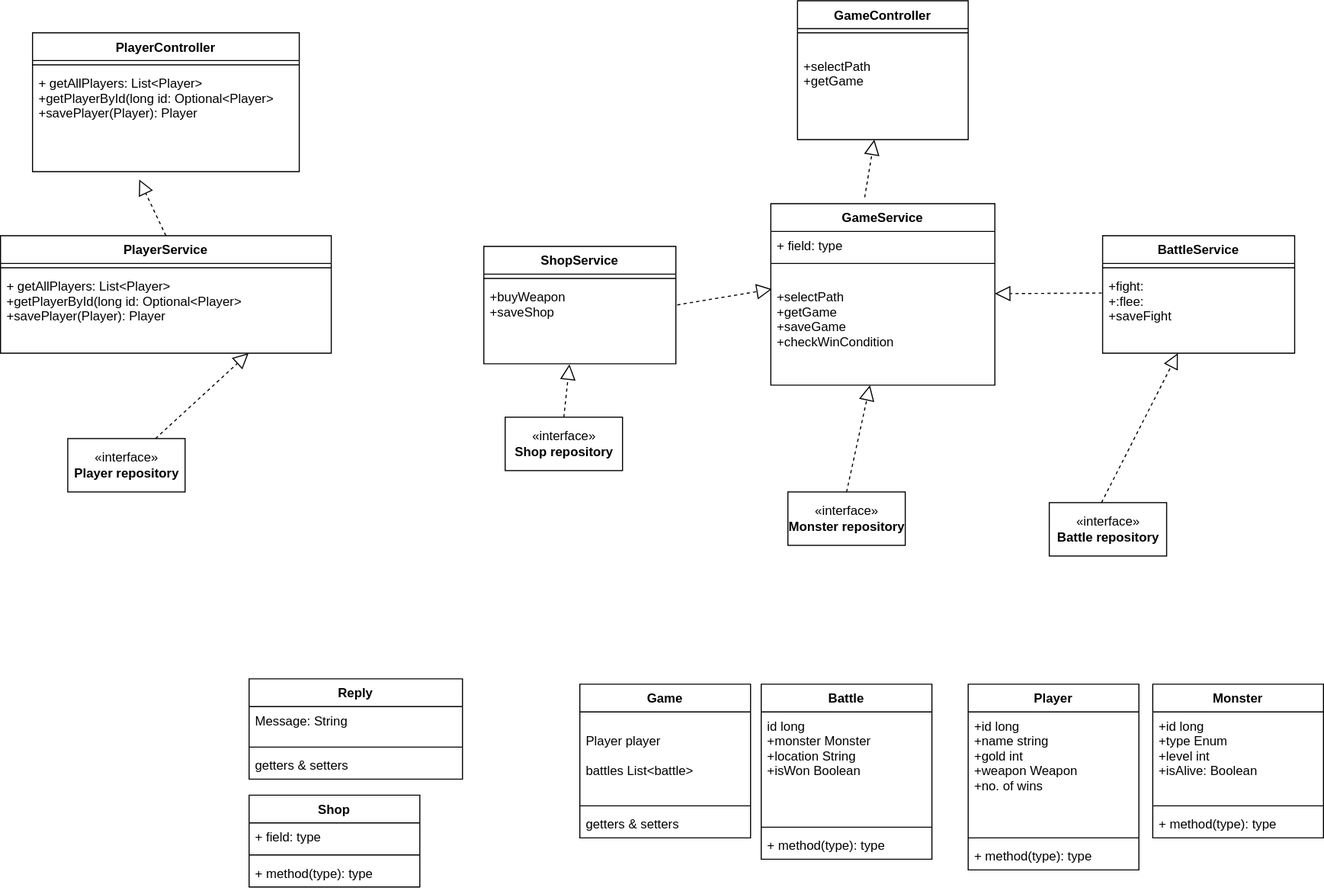
This is team7_uml.svg from RawMal/backend_project, a draw.io export, as it was before one commit. Source tidied: cells renumbered, new cells last; positions are measured from the earlier drawing's top-left corner, leaving out a move shared by most shapes.
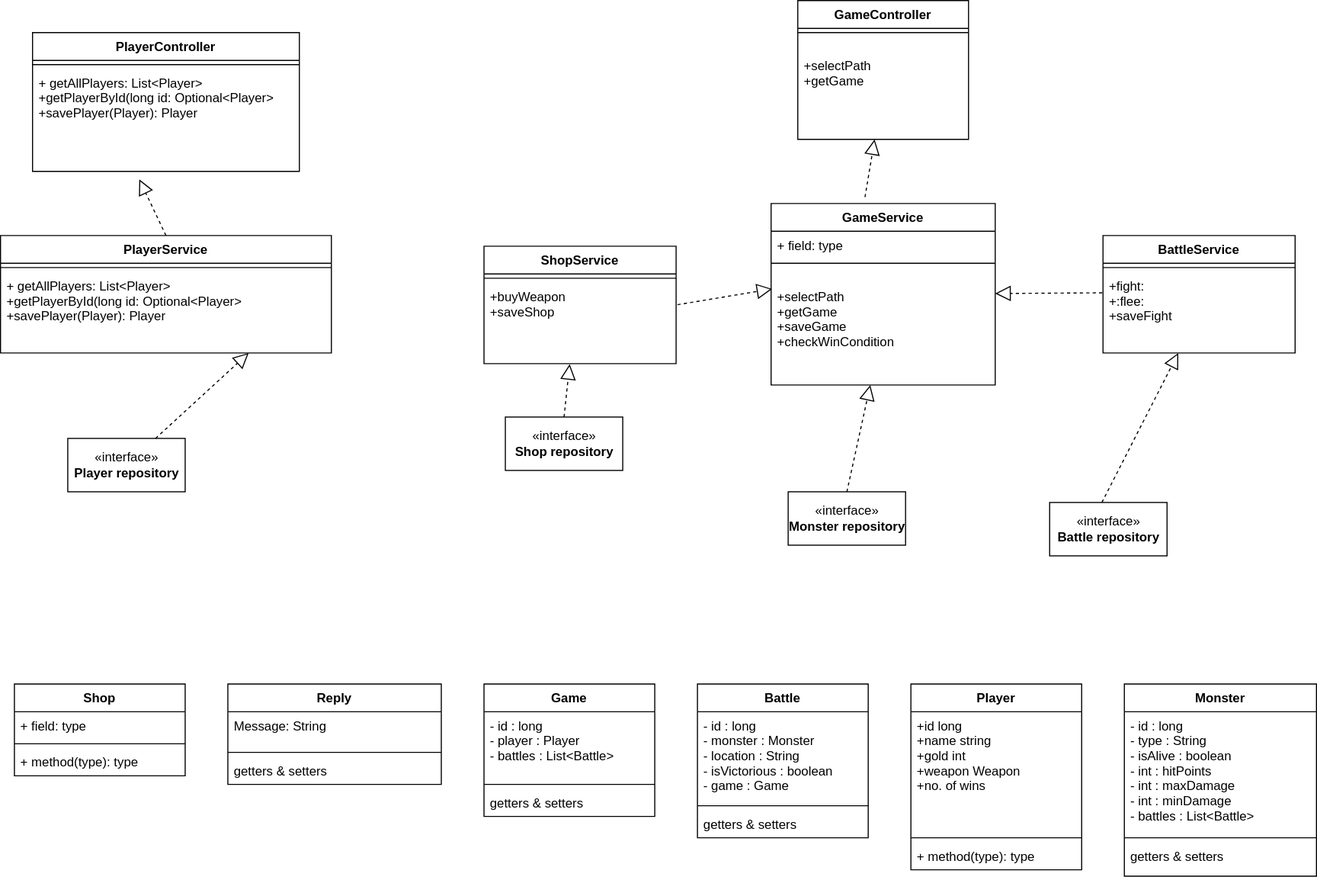
The same file after the commit.

Commit message:
removed level properties across the board

What changed in the source:
```diff
@@ -3,7 +3,7 @@
     <mxCell id="0" />
     <mxCell id="1" parent="0" />
     <mxCell id="2" value="Player" style="swimlane;fontStyle=1;align=center;verticalAlign=top;horizontal=1;startSize=26;" parent="1" vertex="1">
-      <mxGeometry x="907" y="640" width="160" height="174" as="geometry" />
+      <mxGeometry x="853" y="640" width="160" height="174" as="geometry" />
     </mxCell>
     <mxCell id="3" value="+id long &#10;+name string&#10;+gold int&#10;+weapon Weapon&#10;+no. of wins&#10;&#10;" style="text;strokeColor=none;fillColor=none;align=left;verticalAlign=top;spacingLeft=4;spacingRight=4;overflow=hidden;" parent="2" vertex="1">
       <mxGeometry y="26" width="160" height="114" as="geometry" />
@@ -15,7 +15,7 @@
       <mxGeometry y="148" width="160" height="26" as="geometry" />
     </mxCell>
     <mxCell id="6" value="Shop" style="swimlane;fontStyle=1;align=center;verticalAlign=top;horizontal=1;startSize=26;" parent="1" vertex="1">
-      <mxGeometry x="233" y="744" width="160" height="86" as="geometry" />
+      <mxGeometry x="13" y="640" width="160" height="86" as="geometry" />
     </mxCell>
     <mxCell id="7" value="+ field: type" style="text;strokeColor=none;fillColor=none;align=left;verticalAlign=top;spacingLeft=4;spacingRight=4;overflow=hidden;" parent="6" vertex="1">
       <mxGeometry y="26" width="160" height="26" as="geometry" />
@@ -27,16 +27,16 @@
       <mxGeometry y="60" width="160" height="26" as="geometry" />
     </mxCell>
     <mxCell id="10" value="Monster" style="swimlane;fontStyle=1;align=center;verticalAlign=top;horizontal=1;startSize=26;" parent="1" vertex="1">
-      <mxGeometry x="1080" y="640" width="160" height="144" as="geometry" />
+      <mxGeometry x="1053" y="640" width="180" height="180" as="geometry" />
     </mxCell>
-    <mxCell id="11" value="+id long &#10;+type Enum&#10;+level int&#10;+isAlive: Boolean" style="text;strokeColor=none;fillColor=none;align=left;verticalAlign=top;spacingLeft=4;spacingRight=4;overflow=hidden;" parent="10" vertex="1">
-      <mxGeometry y="26" width="160" height="84" as="geometry" />
+    <mxCell id="11" value="- id : long&#10;- type : String&#10;- isAlive : boolean&#10;- int : hitPoints&#10;- int : maxDamage&#10;- int : minDamage&#10;- battles : List&lt;Battle&gt;" style="text;strokeColor=none;fillColor=none;align=left;verticalAlign=top;spacingLeft=4;spacingRight=4;overflow=hidden;" parent="10" vertex="1">
+      <mxGeometry y="26" width="180" height="114" as="geometry" />
     </mxCell>
     <mxCell id="12" style="line;strokeWidth=1;fillColor=none;align=left;verticalAlign=middle;spacingTop=-1;spacingLeft=3;spacingRight=3;labelPosition=right;strokeColor=inherit;" parent="10" vertex="1">
-      <mxGeometry y="110" width="160" height="8" as="geometry" />
+      <mxGeometry y="140" width="180" height="8" as="geometry" />
     </mxCell>
-    <mxCell id="13" value="+ method(type): type" style="text;strokeColor=none;fillColor=none;align=left;verticalAlign=top;spacingLeft=4;spacingRight=4;overflow=hidden;" parent="10" vertex="1">
-      <mxGeometry y="118" width="160" height="26" as="geometry" />
+    <mxCell id="13" value="getters &amp; setters" style="text;strokeColor=none;fillColor=none;align=left;verticalAlign=top;spacingLeft=4;spacingRight=4;overflow=hidden;" parent="10" vertex="1">
+      <mxGeometry y="148" width="180" height="32" as="geometry" />
     </mxCell>
     <mxCell id="14" value="«interface»&lt;br&gt;&lt;b&gt;Battle repository&lt;/b&gt;" style="html=1;" parent="1" vertex="1">
       <mxGeometry x="983" y="470" width="110" height="50" as="geometry" />
@@ -111,7 +111,7 @@
       <mxGeometry relative="1" as="geometry" />
     </mxCell>
     <mxCell id="38" value="Reply" style="swimlane;fontStyle=1;align=center;verticalAlign=top;horizontal=1;startSize=26;" parent="1" vertex="1">
-      <mxGeometry x="233" y="635" width="200" height="94" as="geometry" />
+      <mxGeometry x="213" y="640" width="200" height="94" as="geometry" />
     </mxCell>
     <mxCell id="39" value="Message: String" style="text;strokeColor=none;fillColor=none;align=left;verticalAlign=top;spacingLeft=4;spacingRight=4;overflow=hidden;" parent="38" vertex="1">
       <mxGeometry y="26" width="200" height="34" as="geometry" />
@@ -132,16 +132,16 @@
       <mxGeometry y="34" width="180" height="76" as="geometry" />
     </mxCell>
     <mxCell id="45" value="Battle" style="swimlane;fontStyle=1;align=center;verticalAlign=top;horizontal=1;startSize=26;" parent="1" vertex="1">
-      <mxGeometry x="713" y="640" width="160" height="164" as="geometry" />
+      <mxGeometry x="653" y="640" width="160" height="144" as="geometry" />
     </mxCell>
-    <mxCell id="46" value="id long &#10;+monster Monster&#10;+location String&#10;+isWon Boolean&#10;" style="text;strokeColor=none;fillColor=none;align=left;verticalAlign=top;spacingLeft=4;spacingRight=4;overflow=hidden;" parent="45" vertex="1">
-      <mxGeometry y="26" width="160" height="104" as="geometry" />
+    <mxCell id="46" value="- id : long &#10;- monster : Monster&#10;- location : String&#10;- isVictorious : boolean&#10;- game : Game" style="text;strokeColor=none;fillColor=none;align=left;verticalAlign=top;spacingLeft=4;spacingRight=4;overflow=hidden;" parent="45" vertex="1">
+      <mxGeometry y="26" width="160" height="84" as="geometry" />
     </mxCell>
     <mxCell id="47" style="line;strokeWidth=1;fillColor=none;align=left;verticalAlign=middle;spacingTop=-1;spacingLeft=3;spacingRight=3;labelPosition=right;strokeColor=inherit;" parent="45" vertex="1">
-      <mxGeometry y="130" width="160" height="8" as="geometry" />
+      <mxGeometry y="110" width="160" height="8" as="geometry" />
     </mxCell>
-    <mxCell id="48" value="+ method(type): type" style="text;strokeColor=none;fillColor=none;align=left;verticalAlign=top;spacingLeft=4;spacingRight=4;overflow=hidden;" parent="45" vertex="1">
-      <mxGeometry y="138" width="160" height="26" as="geometry" />
+    <mxCell id="48" value="getters &amp; setters" style="text;strokeColor=none;fillColor=none;align=left;verticalAlign=top;spacingLeft=4;spacingRight=4;overflow=hidden;" parent="45" vertex="1">
+      <mxGeometry y="118" width="160" height="26" as="geometry" />
     </mxCell>
     <mxCell id="49" style="endArrow=block;dashed=1;endFill=0;endSize=12;html=1;rounded=0;exitX=-0.004;exitY=0.259;exitDx=0;exitDy=0;exitPerimeter=0;" parent="1" edge="1" source="44" target="27">
       <mxGeometry relative="1" as="geometry" />
@@ -159,16 +159,16 @@
       <mxGeometry relative="1" as="geometry" />
     </mxCell>
     <mxCell id="54" value="Game" style="swimlane;fontStyle=1;align=center;verticalAlign=top;horizontal=1;startSize=26;" parent="1" vertex="1">
-      <mxGeometry x="543" y="640" width="160" height="144" as="geometry" />
+      <mxGeometry x="453" y="640" width="160" height="124" as="geometry" />
     </mxCell>
-    <mxCell id="55" value="&#10;Player player&#10;&#10;battles List&lt;battle&gt;" style="text;strokeColor=none;fillColor=none;align=left;verticalAlign=top;spacingLeft=4;spacingRight=4;overflow=hidden;" parent="54" vertex="1">
-      <mxGeometry y="26" width="160" height="84" as="geometry" />
+    <mxCell id="55" value="- id : long&#10;- player : Player&#10;- battles : List&lt;Battle&gt;&#10;" style="text;strokeColor=none;fillColor=none;align=left;verticalAlign=top;spacingLeft=4;spacingRight=4;overflow=hidden;" parent="54" vertex="1">
+      <mxGeometry y="26" width="160" height="64" as="geometry" />
     </mxCell>
     <mxCell id="56" style="line;strokeWidth=1;fillColor=none;align=left;verticalAlign=middle;spacingTop=-1;spacingLeft=3;spacingRight=3;labelPosition=right;strokeColor=inherit;" parent="54" vertex="1">
-      <mxGeometry y="110" width="160" height="8" as="geometry" />
+      <mxGeometry y="90" width="160" height="8" as="geometry" />
     </mxCell>
     <mxCell id="57" value="getters &amp; setters" style="text;strokeColor=none;fillColor=none;align=left;verticalAlign=top;spacingLeft=4;spacingRight=4;overflow=hidden;" parent="54" vertex="1">
-      <mxGeometry y="118" width="160" height="26" as="geometry" />
+      <mxGeometry y="98" width="160" height="26" as="geometry" />
     </mxCell>
   </root>
 </mxGraphModel>
```
